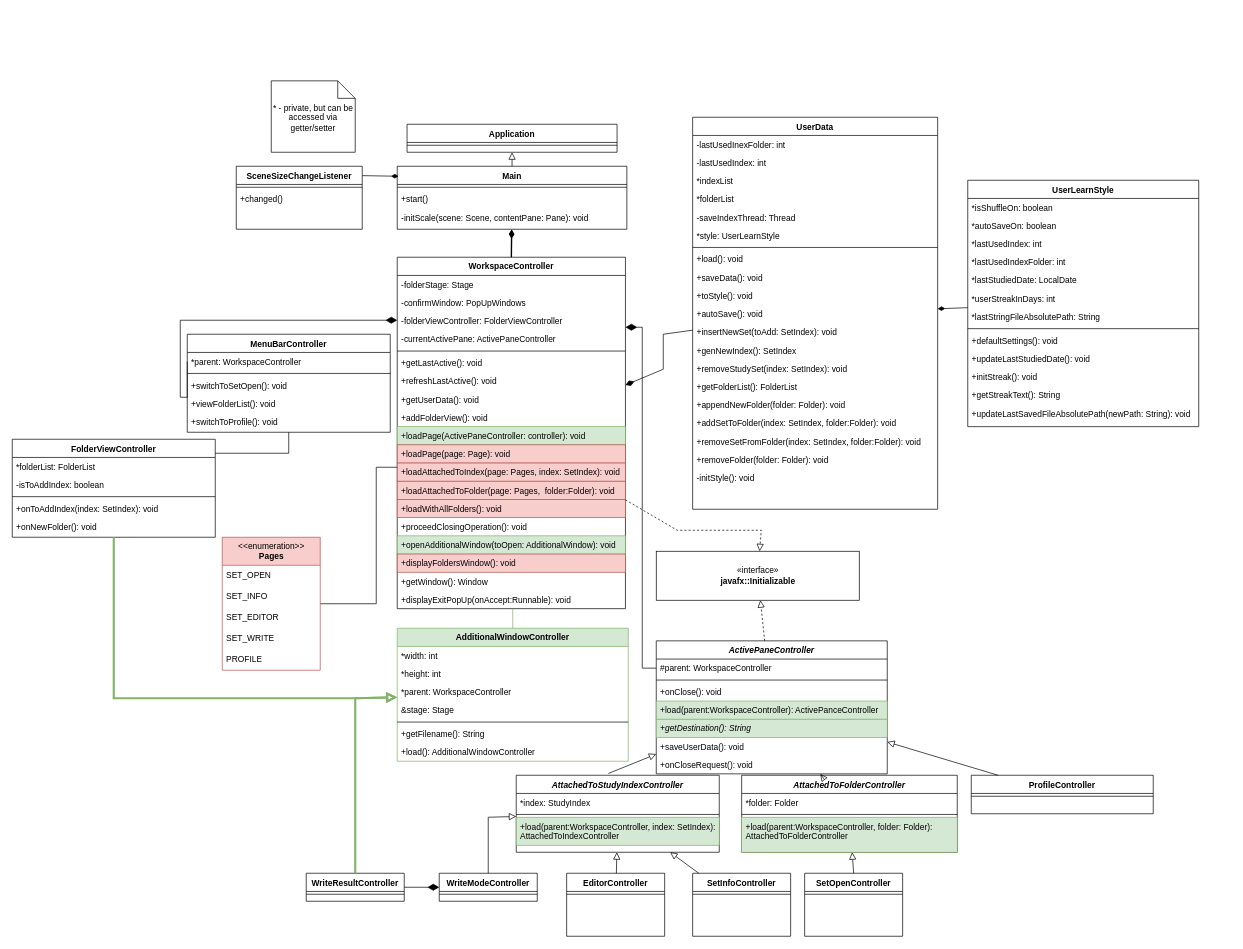
Above: page "ProjectStructure" (1 of 4) of Uml/ClassDiagram.drawio in MouseCreator/Labs2course-UML1a (draw.io), before the change. Source tidied: cells renumbered, new cells numbered last; positions are measured from the earlier drawing's top-left corner, leaving out a move shared by most shapes. Both pictures are drawn from the tidied source at 70%, with x=0, y=0 at pixel (12, 80).
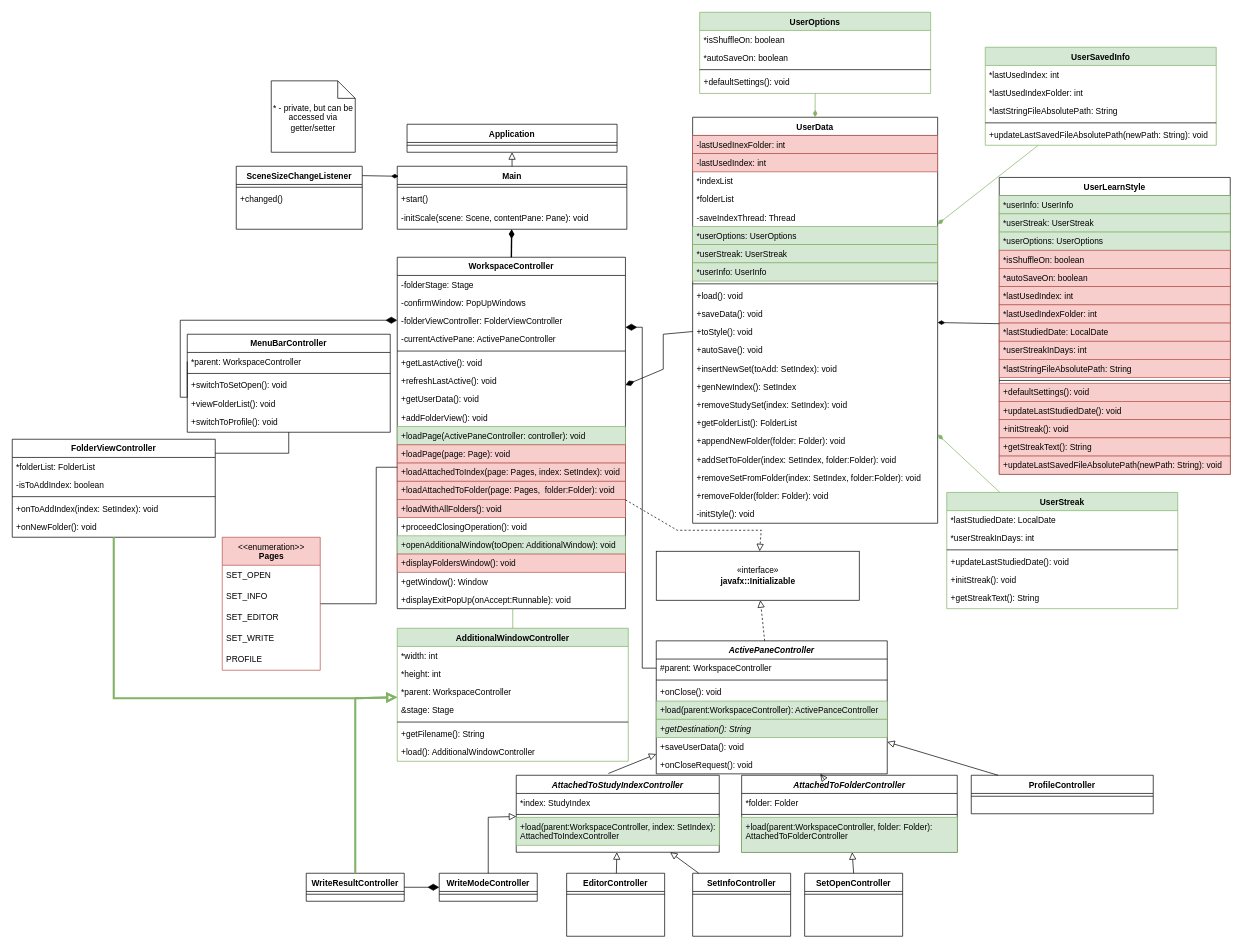
The same diagram, later.

Change to the diagram source:
```diff
@@
     <mxCell id="76" value="UserData" style="swimlane;fontStyle=1;align=center;verticalAlign=top;horizontal=1;startSize=26;rounded=0;shadow=0;strokeWidth=1;" parent="1" vertex="1">
-      <mxGeometry x="972" y="52" width="350" height="560" as="geometry" />
+      <mxGeometry x="972" y="52" width="350" height="580" as="geometry" />
     </mxCell>
-    <mxCell id="77" value="-lastUsedInexFolder: int" style="text;align=left;verticalAlign=top;spacingLeft=4;spacingRight=4;overflow=hidden;rounded=0;shadow=0;html=0;" parent="76" vertex="1">
+    <mxCell id="77" value="-lastUsedInexFolder: int" style="text;align=left;verticalAlign=top;spacingLeft=4;spacingRight=4;overflow=hidden;rounded=0;shadow=0;html=0;fillColor=#f8cecc;strokeColor=#b85450;" parent="76" vertex="1">
       <mxGeometry y="26" width="350" height="26" as="geometry" />
     </mxCell>
-    <mxCell id="78" value="-lastUsedIndex: int" style="text;align=left;verticalAlign=top;spacingLeft=4;spacingRight=4;overflow=hidden;rounded=0;shadow=0;html=0;" parent="76" vertex="1">
+    <mxCell id="78" value="-lastUsedIndex: int" style="text;align=left;verticalAlign=top;spacingLeft=4;spacingRight=4;overflow=hidden;rounded=0;shadow=0;html=0;fillColor=#f8cecc;strokeColor=#b85450;" parent="76" vertex="1">
       <mxGeometry y="52" width="350" height="26" as="geometry" />
     </mxCell>
@@
-    <mxCell id="82" value="*style: UserLearnStyle" style="text;align=left;verticalAlign=top;spacingLeft=4;spacingRight=4;overflow=hidden;rounded=0;shadow=0;html=0;" parent="76" vertex="1">
+    <mxCell id="82" value="*userOptions: UserOptions" style="text;align=left;verticalAlign=top;spacingLeft=4;spacingRight=4;overflow=hidden;rounded=0;shadow=0;html=0;fillColor=#d5e8d4;strokeColor=#82b366;" parent="76" vertex="1">
       <mxGeometry y="156" width="350" height="26" as="geometry" />
     </mxCell>
+    <mxCell id="145" value="*userStreak: UserStreak" style="text;align=left;verticalAlign=top;spacingLeft=4;spacingRight=4;overflow=hidden;rounded=0;shadow=0;html=0;fillColor=#d5e8d4;strokeColor=#82b366;" parent="76" vertex="1">
+      <mxGeometry y="182" width="350" height="26" as="geometry" />
+    </mxCell>
+    <mxCell id="146" value="*userInfo: UserInfo" style="text;align=left;verticalAlign=top;spacingLeft=4;spacingRight=4;overflow=hidden;rounded=0;shadow=0;html=0;fillColor=#d5e8d4;strokeColor=#82b366;" parent="76" vertex="1">
+      <mxGeometry y="208" width="350" height="26" as="geometry" />
+    </mxCell>
     <mxCell id="83" style="line;html=1;strokeWidth=1;align=left;verticalAlign=middle;spacingTop=-1;spacingLeft=3;spacingRight=3;labelPosition=right;" parent="76" vertex="1">
-      <mxGeometry y="182" width="350" height="8" as="geometry" />
+      <mxGeometry y="234" width="350" height="8" as="geometry" />
     </mxCell>
     <mxCell id="84" value="+load(): void" style="text;align=left;verticalAlign=top;spacingLeft=4;spacingRight=4;overflow=hidden;" parent="76" vertex="1">
-      <mxGeometry y="190" width="350" height="26" as="geometry" />
+      <mxGeometry y="242" width="350" height="26" as="geometry" />
     </mxCell>
     <mxCell id="85" value="+saveData(): void" style="text;align=left;verticalAlign=top;spacingLeft=4;spacingRight=4;overflow=hidden;" parent="76" vertex="1">
-      <mxGeometry y="216" width="350" height="26" as="geometry" />
+      <mxGeometry y="268" width="350" height="26" as="geometry" />
     </mxCell>
     <mxCell id="86" value="+toStyle(): void" style="text;align=left;verticalAlign=top;spacingLeft=4;spacingRight=4;overflow=hidden;" parent="76" vertex="1">
-      <mxGeometry y="242" width="350" height="26" as="geometry" />
+      <mxGeometry y="294" width="350" height="26" as="geometry" />
     </mxCell>
     <mxCell id="87" value="+autoSave(): void" style="text;align=left;verticalAlign=top;spacingLeft=4;spacingRight=4;overflow=hidden;" parent="76" vertex="1">
-      <mxGeometry y="268" width="350" height="26" as="geometry" />
+      <mxGeometry y="320" width="350" height="26" as="geometry" />
     </mxCell>
     <mxCell id="88" value="+insertNewSet(toAdd: SetIndex): void" style="text;align=left;verticalAlign=top;spacingLeft=4;spacingRight=4;overflow=hidden;" parent="76" vertex="1">
-      <mxGeometry y="294" width="350" height="26" as="geometry" />
+      <mxGeometry y="346" width="350" height="26" as="geometry" />
     </mxCell>
     <mxCell id="89" value="+genNewIndex(): SetIndex" style="text;align=left;verticalAlign=top;spacingLeft=4;spacingRight=4;overflow=hidden;" parent="76" vertex="1">
-      <mxGeometry y="320" width="350" height="26" as="geometry" />
+      <mxGeometry y="372" width="350" height="26" as="geometry" />
     </mxCell>
     <mxCell id="90" value="+removeStudySet(index: SetIndex): void" style="text;align=left;verticalAlign=top;spacingLeft=4;spacingRight=4;overflow=hidden;" parent="76" vertex="1">
-      <mxGeometry y="346" width="350" height="26" as="geometry" />
+      <mxGeometry y="398" width="350" height="26" as="geometry" />
     </mxCell>
     <mxCell id="91" value="+getFolderList(): FolderList" style="text;align=left;verticalAlign=top;spacingLeft=4;spacingRight=4;overflow=hidden;" parent="76" vertex="1">
-      <mxGeometry y="372" width="350" height="26" as="geometry" />
+      <mxGeometry y="424" width="350" height="26" as="geometry" />
     </mxCell>
     <mxCell id="92" value="+appendNewFolder(folder: Folder): void" style="text;align=left;verticalAlign=top;spacingLeft=4;spacingRight=4;overflow=hidden;" parent="76" vertex="1">
-      <mxGeometry y="398" width="350" height="26" as="geometry" />
+      <mxGeometry y="450" width="350" height="26" as="geometry" />
     </mxCell>
     <mxCell id="93" value="+addSetToFolder(index: SetIndex, folder:Folder): void" style="text;align=left;verticalAlign=top;spacingLeft=4;spacingRight=4;overflow=hidden;" parent="76" vertex="1">
-      <mxGeometry y="424" width="350" height="26" as="geometry" />
+      <mxGeometry y="476" width="350" height="26" as="geometry" />
     </mxCell>
     <mxCell id="94" value="+removeSetFromFolder(index: SetIndex, folder:Folder): void" style="text;align=left;verticalAlign=top;spacingLeft=4;spacingRight=4;overflow=hidden;" parent="76" vertex="1">
-      <mxGeometry y="450" width="350" height="26" as="geometry" />
+      <mxGeometry y="502" width="350" height="26" as="geometry" />
     </mxCell>
     <mxCell id="95" value="+removeFolder(folder: Folder): void" style="text;align=left;verticalAlign=top;spacingLeft=4;spacingRight=4;overflow=hidden;" parent="76" vertex="1">
-      <mxGeometry y="476" width="350" height="26" as="geometry" />
+      <mxGeometry y="528" width="350" height="26" as="geometry" />
     </mxCell>
     <mxCell id="96" value="-initStyle(): void" style="text;align=left;verticalAlign=top;spacingLeft=4;spacingRight=4;overflow=hidden;" parent="76" vertex="1">
-      <mxGeometry y="502" width="350" height="26" as="geometry" />
+      <mxGeometry y="554" width="350" height="26" as="geometry" />
     </mxCell>
@@
     <mxCell id="98" value="UserLearnStyle" style="swimlane;fontStyle=1;align=center;verticalAlign=top;horizontal=1;startSize=26;rounded=0;shadow=0;strokeWidth=1;" parent="1" vertex="1">
-      <mxGeometry x="1365" y="142" width="330" height="352" as="geometry" />
+      <mxGeometry x="1410" y="138" width="330" height="424" as="geometry" />
     </mxCell>
+    <mxCell id="147" value="*userInfo: UserInfo" style="text;align=left;verticalAlign=top;spacingLeft=4;spacingRight=4;overflow=hidden;rounded=0;shadow=0;html=0;fillColor=#d5e8d4;strokeColor=#82b366;" parent="98" vertex="1">
+      <mxGeometry y="26" width="330" height="26" as="geometry" />
+    </mxCell>
+    <mxCell id="148" value="*userStreak: UserStreak" style="text;align=left;verticalAlign=top;spacingLeft=4;spacingRight=4;overflow=hidden;rounded=0;shadow=0;html=0;fillColor=#d5e8d4;strokeColor=#82b366;" parent="98" vertex="1">
+      <mxGeometry y="52" width="330" height="26" as="geometry" />
+    </mxCell>
+    <mxCell id="149" value="*userOptions: UserOptions" style="text;align=left;verticalAlign=top;spacingLeft=4;spacingRight=4;overflow=hidden;rounded=0;shadow=0;html=0;fillColor=#d5e8d4;strokeColor=#82b366;" parent="98" vertex="1">
+      <mxGeometry y="78" width="330" height="26" as="geometry" />
+    </mxCell>
-    <mxCell id="99" value="*isShuffleOn: boolean " style="text;align=left;verticalAlign=top;spacingLeft=4;spacingRight=4;overflow=hidden;rounded=0;shadow=0;html=0;" parent="98" vertex="1">
-      <mxGeometry y="26" width="330" height="26" as="geometry" />
+    <mxCell id="99" value="*isShuffleOn: boolean " style="text;align=left;verticalAlign=top;spacingLeft=4;spacingRight=4;overflow=hidden;rounded=0;shadow=0;html=0;fillColor=#f8cecc;strokeColor=#b85450;" parent="98" vertex="1">
+      <mxGeometry y="104" width="330" height="26" as="geometry" />
     </mxCell>
-    <mxCell id="100" value="*autoSaveOn: boolean " style="text;align=left;verticalAlign=top;spacingLeft=4;spacingRight=4;overflow=hidden;rounded=0;shadow=0;html=0;" parent="98" vertex="1">
-      <mxGeometry y="52" width="330" height="26" as="geometry" />
+    <mxCell id="100" value="*autoSaveOn: boolean " style="text;align=left;verticalAlign=top;spacingLeft=4;spacingRight=4;overflow=hidden;rounded=0;shadow=0;html=0;fillColor=#f8cecc;strokeColor=#b85450;" parent="98" vertex="1">
+      <mxGeometry y="130" width="330" height="26" as="geometry" />
     </mxCell>
-    <mxCell id="101" value="*lastUsedIndex: int " style="text;align=left;verticalAlign=top;spacingLeft=4;spacingRight=4;overflow=hidden;rounded=0;shadow=0;html=0;" parent="98" vertex="1">
-      <mxGeometry y="78" width="330" height="26" as="geometry" />
+    <mxCell id="101" value="*lastUsedIndex: int " style="text;align=left;verticalAlign=top;spacingLeft=4;spacingRight=4;overflow=hidden;rounded=0;shadow=0;html=0;fillColor=#f8cecc;strokeColor=#b85450;" parent="98" vertex="1">
+      <mxGeometry y="156" width="330" height="26" as="geometry" />
     </mxCell>
-    <mxCell id="102" value="*lastUsedIndexFolder: int" style="text;align=left;verticalAlign=top;spacingLeft=4;spacingRight=4;overflow=hidden;rounded=0;shadow=0;html=0;" parent="98" vertex="1">
-      <mxGeometry y="104" width="330" height="26" as="geometry" />
+    <mxCell id="102" value="*lastUsedIndexFolder: int" style="text;align=left;verticalAlign=top;spacingLeft=4;spacingRight=4;overflow=hidden;rounded=0;shadow=0;html=0;fillColor=#f8cecc;strokeColor=#b85450;" parent="98" vertex="1">
+      <mxGeometry y="182" width="330" height="26" as="geometry" />
     </mxCell>
-    <mxCell id="103" value="*lastStudiedDate: LocalDate " style="text;align=left;verticalAlign=top;spacingLeft=4;spacingRight=4;overflow=hidden;rounded=0;shadow=0;html=0;" parent="98" vertex="1">
-      <mxGeometry y="130" width="330" height="26" as="geometry" />
+    <mxCell id="103" value="*lastStudiedDate: LocalDate " style="text;align=left;verticalAlign=top;spacingLeft=4;spacingRight=4;overflow=hidden;rounded=0;shadow=0;html=0;fillColor=#f8cecc;strokeColor=#b85450;" parent="98" vertex="1">
+      <mxGeometry y="208" width="330" height="26" as="geometry" />
     </mxCell>
-    <mxCell id="104" value="*userStreakInDays: int" style="text;align=left;verticalAlign=top;spacingLeft=4;spacingRight=4;overflow=hidden;rounded=0;shadow=0;html=0;" parent="98" vertex="1">
-      <mxGeometry y="156" width="330" height="26" as="geometry" />
+    <mxCell id="104" value="*userStreakInDays: int" style="text;align=left;verticalAlign=top;spacingLeft=4;spacingRight=4;overflow=hidden;rounded=0;shadow=0;html=0;fillColor=#f8cecc;strokeColor=#b85450;" parent="98" vertex="1">
+      <mxGeometry y="234" width="330" height="26" as="geometry" />
     </mxCell>
-    <mxCell id="105" value="*lastStringFileAbsolutePath: String" style="text;align=left;verticalAlign=top;spacingLeft=4;spacingRight=4;overflow=hidden;rounded=0;shadow=0;html=0;" parent="98" vertex="1">
-      <mxGeometry y="182" width="330" height="26" as="geometry" />
+    <mxCell id="105" value="*lastStringFileAbsolutePath: String" style="text;align=left;verticalAlign=top;spacingLeft=4;spacingRight=4;overflow=hidden;rounded=0;shadow=0;html=0;fillColor=#f8cecc;strokeColor=#b85450;" parent="98" vertex="1">
+      <mxGeometry y="260" width="330" height="26" as="geometry" />
     </mxCell>
     <mxCell id="106" style="line;html=1;strokeWidth=1;align=left;verticalAlign=middle;spacingTop=-1;spacingLeft=3;spacingRight=3;labelPosition=right;" parent="98" vertex="1">
-      <mxGeometry y="208" width="330" height="8" as="geometry" />
+      <mxGeometry y="286" width="330" height="8" as="geometry" />
     </mxCell>
-    <mxCell id="107" value="+defaultSettings(): void" style="text;align=left;verticalAlign=top;spacingLeft=4;spacingRight=4;overflow=hidden;" parent="98" vertex="1">
-      <mxGeometry y="216" width="330" height="26" as="geometry" />
+    <mxCell id="107" value="+defaultSettings(): void" style="text;align=left;verticalAlign=top;spacingLeft=4;spacingRight=4;overflow=hidden;fillColor=#f8cecc;strokeColor=#b85450;" parent="98" vertex="1">
+      <mxGeometry y="294" width="330" height="26" as="geometry" />
     </mxCell>
-    <mxCell id="108" value="+updateLastStudiedDate(): void" style="text;align=left;verticalAlign=top;spacingLeft=4;spacingRight=4;overflow=hidden;" parent="98" vertex="1">
-      <mxGeometry y="242" width="330" height="26" as="geometry" />
+    <mxCell id="108" value="+updateLastStudiedDate(): void" style="text;align=left;verticalAlign=top;spacingLeft=4;spacingRight=4;overflow=hidden;fillColor=#f8cecc;strokeColor=#b85450;" parent="98" vertex="1">
+      <mxGeometry y="320" width="330" height="26" as="geometry" />
     </mxCell>
-    <mxCell id="109" value="+initStreak(): void" style="text;align=left;verticalAlign=top;spacingLeft=4;spacingRight=4;overflow=hidden;" parent="98" vertex="1">
-      <mxGeometry y="268" width="330" height="26" as="geometry" />
+    <mxCell id="109" value="+initStreak(): void" style="text;align=left;verticalAlign=top;spacingLeft=4;spacingRight=4;overflow=hidden;fillColor=#f8cecc;strokeColor=#b85450;" parent="98" vertex="1">
+      <mxGeometry y="346" width="330" height="26" as="geometry" />
     </mxCell>
-    <mxCell id="110" value="+getStreakText(): String" style="text;align=left;verticalAlign=top;spacingLeft=4;spacingRight=4;overflow=hidden;" parent="98" vertex="1">
-      <mxGeometry y="294" width="330" height="26" as="geometry" />
+    <mxCell id="110" value="+getStreakText(): String" style="text;align=left;verticalAlign=top;spacingLeft=4;spacingRight=4;overflow=hidden;fillColor=#f8cecc;strokeColor=#b85450;" parent="98" vertex="1">
+      <mxGeometry y="372" width="330" height="26" as="geometry" />
     </mxCell>
-    <mxCell id="111" value="+updateLastSavedFileAbsolutePath(newPath: String): void" style="text;align=left;verticalAlign=top;spacingLeft=4;spacingRight=4;overflow=hidden;" parent="98" vertex="1">
-      <mxGeometry y="320" width="330" height="26" as="geometry" />
+    <mxCell id="111" value="+updateLastSavedFileAbsolutePath(newPath: String): void" style="text;align=left;verticalAlign=top;spacingLeft=4;spacingRight=4;overflow=hidden;fillColor=#f8cecc;strokeColor=#b85450;" parent="98" vertex="1">
+      <mxGeometry y="398" width="330" height="26" as="geometry" />
     </mxCell>
@@
+    <mxCell id="150" value="UserStreak" style="swimlane;fontStyle=1;align=center;verticalAlign=top;horizontal=1;startSize=26;rounded=0;shadow=0;strokeWidth=1;fillColor=#d5e8d4;strokeColor=#82b366;" parent="1" vertex="1">
+      <mxGeometry x="1335" y="588" width="330" height="166" as="geometry" />
+    </mxCell>
+    <mxCell id="151" value="*lastStudiedDate: LocalDate " style="text;align=left;verticalAlign=top;spacingLeft=4;spacingRight=4;overflow=hidden;rounded=0;shadow=0;html=0;" parent="150" vertex="1">
+      <mxGeometry y="26" width="330" height="26" as="geometry" />
+    </mxCell>
+    <mxCell id="152" value="*userStreakInDays: int" style="text;align=left;verticalAlign=top;spacingLeft=4;spacingRight=4;overflow=hidden;rounded=0;shadow=0;html=0;" parent="150" vertex="1">
+      <mxGeometry y="52" width="330" height="26" as="geometry" />
+    </mxCell>
+    <mxCell id="153" style="line;html=1;strokeWidth=1;align=left;verticalAlign=middle;spacingTop=-1;spacingLeft=3;spacingRight=3;labelPosition=right;" parent="150" vertex="1">
+      <mxGeometry y="78" width="330" height="8" as="geometry" />
+    </mxCell>
+    <mxCell id="154" value="+updateLastStudiedDate(): void" style="text;align=left;verticalAlign=top;spacingLeft=4;spacingRight=4;overflow=hidden;" parent="150" vertex="1">
+      <mxGeometry y="86" width="330" height="26" as="geometry" />
+    </mxCell>
+    <mxCell id="155" value="+initStreak(): void" style="text;align=left;verticalAlign=top;spacingLeft=4;spacingRight=4;overflow=hidden;" parent="150" vertex="1">
+      <mxGeometry y="112" width="330" height="26" as="geometry" />
+    </mxCell>
+    <mxCell id="156" value="+getStreakText(): String" style="text;align=left;verticalAlign=top;spacingLeft=4;spacingRight=4;overflow=hidden;" parent="150" vertex="1">
+      <mxGeometry y="138" width="330" height="26" as="geometry" />
+    </mxCell>
+    <mxCell id="157" style="endArrow=none;startArrow=diamondThin;endFill=0;startFill=1;html=1;verticalAlign=bottom;labelBackgroundColor=none;strokeWidth=1;startSize=8;endSize=8;rounded=0;fillColor=#d5e8d4;strokeColor=#82b366;" parent="1" edge="1" source="76" target="150">
+      <mxGeometry relative="1" as="geometry" />
+    </mxCell>
+    <mxCell id="158" value="UserSavedInfo" style="swimlane;fontStyle=1;align=center;verticalAlign=top;horizontal=1;startSize=26;rounded=0;shadow=0;strokeWidth=1;fillColor=#d5e8d4;strokeColor=#82b366;" parent="1" vertex="1">
+      <mxGeometry x="1390" y="-48" width="330" height="140" as="geometry" />
+    </mxCell>
+    <mxCell id="159" value="*lastUsedIndex: int " style="text;align=left;verticalAlign=top;spacingLeft=4;spacingRight=4;overflow=hidden;rounded=0;shadow=0;html=0;" parent="158" vertex="1">
+      <mxGeometry y="26" width="330" height="26" as="geometry" />
+    </mxCell>
+    <mxCell id="160" value="*lastUsedIndexFolder: int" style="text;align=left;verticalAlign=top;spacingLeft=4;spacingRight=4;overflow=hidden;rounded=0;shadow=0;html=0;" parent="158" vertex="1">
+      <mxGeometry y="52" width="330" height="26" as="geometry" />
+    </mxCell>
+    <mxCell id="161" value="*lastStringFileAbsolutePath: String" style="text;align=left;verticalAlign=top;spacingLeft=4;spacingRight=4;overflow=hidden;rounded=0;shadow=0;html=0;" parent="158" vertex="1">
+      <mxGeometry y="78" width="330" height="26" as="geometry" />
+    </mxCell>
+    <mxCell id="162" style="line;html=1;strokeWidth=1;align=left;verticalAlign=middle;spacingTop=-1;spacingLeft=3;spacingRight=3;labelPosition=right;" parent="158" vertex="1">
+      <mxGeometry y="104" width="330" height="8" as="geometry" />
+    </mxCell>
+    <mxCell id="163" value="+updateLastSavedFileAbsolutePath(newPath: String): void" style="text;align=left;verticalAlign=top;spacingLeft=4;spacingRight=4;overflow=hidden;" parent="158" vertex="1">
+      <mxGeometry y="112" width="330" height="26" as="geometry" />
+    </mxCell>
+    <mxCell id="164" value="UserOptions" style="swimlane;fontStyle=1;align=center;verticalAlign=top;horizontal=1;startSize=26;rounded=0;shadow=0;strokeWidth=1;fillColor=#d5e8d4;strokeColor=#82b366;" parent="1" vertex="1">
+      <mxGeometry x="982" y="-98" width="330" height="116" as="geometry" />
+    </mxCell>
+    <mxCell id="165" value="*isShuffleOn: boolean " style="text;align=left;verticalAlign=top;spacingLeft=4;spacingRight=4;overflow=hidden;rounded=0;shadow=0;html=0;" parent="164" vertex="1">
+      <mxGeometry y="26" width="330" height="26" as="geometry" />
+    </mxCell>
+    <mxCell id="166" value="*autoSaveOn: boolean " style="text;align=left;verticalAlign=top;spacingLeft=4;spacingRight=4;overflow=hidden;rounded=0;shadow=0;html=0;" parent="164" vertex="1">
+      <mxGeometry y="52" width="330" height="26" as="geometry" />
+    </mxCell>
+    <mxCell id="167" style="line;html=1;strokeWidth=1;align=left;verticalAlign=middle;spacingTop=-1;spacingLeft=3;spacingRight=3;labelPosition=right;" parent="164" vertex="1">
+      <mxGeometry y="78" width="330" height="8" as="geometry" />
+    </mxCell>
+    <mxCell id="168" value="+defaultSettings(): void" style="text;align=left;verticalAlign=top;spacingLeft=4;spacingRight=4;overflow=hidden;" parent="164" vertex="1">
+      <mxGeometry y="86" width="330" height="26" as="geometry" />
+    </mxCell>
+    <mxCell id="169" style="endArrow=none;startArrow=diamondThin;endFill=0;startFill=1;html=1;verticalAlign=bottom;labelBackgroundColor=none;strokeWidth=1;startSize=8;endSize=8;rounded=0;fillColor=#d5e8d4;strokeColor=#82b366;" parent="1" edge="1" source="76" target="158">
+      <mxGeometry relative="1" as="geometry" />
+    </mxCell>
+    <mxCell id="170" style="endArrow=none;startArrow=diamondThin;endFill=0;startFill=1;html=1;verticalAlign=bottom;labelBackgroundColor=none;strokeWidth=1;startSize=8;endSize=8;rounded=0;fillColor=#d5e8d4;strokeColor=#82b366;" parent="1" edge="1" source="76" target="164">
+      <mxGeometry relative="1" as="geometry" />
+    </mxCell>
```
